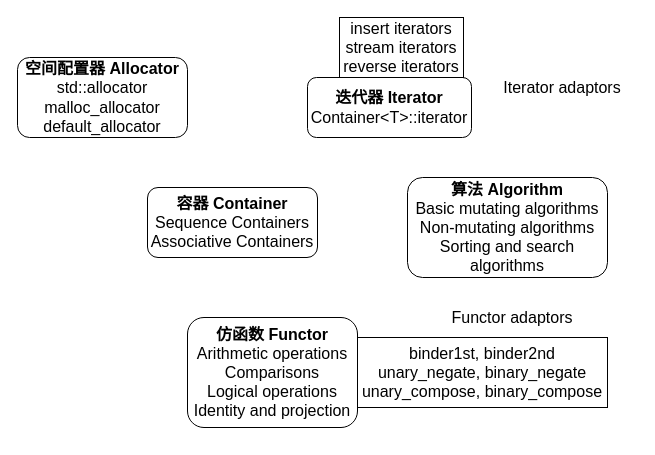
The draw.io diagram Untitled Diagram.drawio in xincz/xincz.github.io, before the edit. Source tidied: cells renumbered, new cells numbered last; positions are measured from the earlier drawing's top-left corner, leaving out a move shared by most shapes. Both pictures are drawn from the tidied source at 100%, with x=0, y=0 at pixel (17, 17).
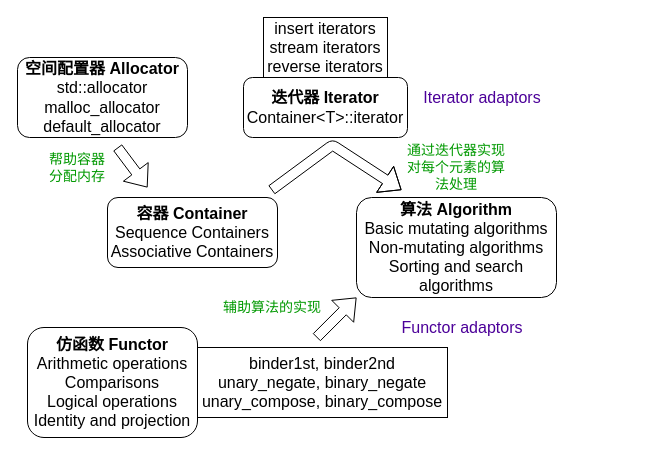
After the change.

Change to the diagram source:
```diff
@@
     <mxCell id="3" value="&lt;font style=&quot;font-size: 16px&quot;&gt;&lt;b&gt;容器 Container&lt;/b&gt;&lt;br&gt;Sequence Containers&lt;br&gt;Associative Containers&lt;br&gt;&lt;/font&gt;" style="rounded=1;whiteSpace=wrap;html=1;" parent="1" vertex="1">
-      <mxGeometry x="130" y="170" width="170" height="70" as="geometry" />
+      <mxGeometry x="90" y="180" width="170" height="70" as="geometry" />
     </mxCell>
     <mxCell id="4" value="&lt;font style=&quot;font-size: 16px&quot;&gt;&lt;b&gt;迭代器 Iterator&lt;br&gt;&lt;/b&gt;Container&amp;lt;T&amp;gt;::iterator&lt;br&gt;&lt;/font&gt;" style="rounded=1;whiteSpace=wrap;html=1;" parent="1" vertex="1">
-      <mxGeometry x="290" y="60" width="164" height="60" as="geometry" />
+      <mxGeometry x="226" y="60" width="164" height="60" as="geometry" />
     </mxCell>
     <mxCell id="5" value="&lt;font style=&quot;font-size: 16px&quot;&gt;insert iterators&lt;br&gt;stream iterators&lt;br&gt;reverse iterators&lt;/font&gt;" style="rounded=0;whiteSpace=wrap;html=1;" parent="1" vertex="1">
-      <mxGeometry x="322" width="124" height="60" as="geometry" />
+      <mxGeometry x="246" width="124" height="60" as="geometry" />
     </mxCell>
     <mxCell id="6" value="&lt;font style=&quot;font-size: 16px&quot;&gt;&lt;b&gt;算法 Algorithm&lt;/b&gt;&lt;br&gt;Basic mutating algorithms&lt;br&gt;Non-mutating algorithms&lt;br&gt;Sorting and search algorithms&lt;br&gt;&lt;/font&gt;" style="rounded=1;whiteSpace=wrap;html=1;" parent="1" vertex="1">
-      <mxGeometry x="390" y="160" width="200" height="100" as="geometry" />
+      <mxGeometry x="339" y="180" width="200" height="100" as="geometry" />
     </mxCell>
     <mxCell id="7" value="&lt;font style=&quot;font-size: 16px&quot;&gt;&lt;b&gt;仿函数 Functor&lt;/b&gt;&lt;br&gt;Arithmetic operations&lt;br&gt;Comparisons&lt;br&gt;Logical operations&lt;br&gt;Identity and projection&lt;br&gt;&lt;/font&gt;" style="rounded=1;whiteSpace=wrap;html=1;" parent="1" vertex="1">
-      <mxGeometry x="170" y="300" width="170" height="110" as="geometry" />
+      <mxGeometry x="10" y="310" width="170" height="110" as="geometry" />
     </mxCell>
     <mxCell id="8" value="&lt;span style=&quot;font-size: 16px&quot;&gt;binder1st, binder2nd&lt;br&gt;unary_negate, binary_negate&lt;br&gt;unary_compose, binary_compose&lt;br&gt;&lt;/span&gt;" style="rounded=0;whiteSpace=wrap;html=1;" parent="1" vertex="1">
-      <mxGeometry x="340" y="320" width="250" height="70" as="geometry" />
+      <mxGeometry x="180" y="330" width="250" height="70" as="geometry" />
     </mxCell>
-    <mxCell id="9" value="&lt;font style=&quot;font-size: 16px&quot;&gt;Functor adaptors&lt;/font&gt;" style="text;html=1;strokeColor=none;fillColor=none;align=center;verticalAlign=middle;whiteSpace=wrap;rounded=0;" parent="1" vertex="1">
-      <mxGeometry x="420" y="280" width="150" height="40" as="geometry" />
+    <mxCell id="9" value="&lt;font style=&quot;font-size: 16px&quot; color=&quot;#4c0099&quot;&gt;Functor adaptors&lt;/font&gt;" style="text;html=1;strokeColor=none;fillColor=none;align=center;verticalAlign=middle;whiteSpace=wrap;rounded=0;" parent="1" vertex="1">
+      <mxGeometry x="370" y="290" width="150" height="40" as="geometry" />
     </mxCell>
-    <mxCell id="10" value="&lt;font style=&quot;font-size: 16px&quot;&gt;Iterator adaptors&lt;/font&gt;" style="text;html=1;strokeColor=none;fillColor=none;align=center;verticalAlign=middle;whiteSpace=wrap;rounded=0;" parent="1" vertex="1">
-      <mxGeometry x="470" y="50" width="150" height="40" as="geometry" />
+    <mxCell id="10" value="&lt;font style=&quot;font-size: 16px&quot; color=&quot;#4c0099&quot;&gt;Iterator adaptors&lt;/font&gt;" style="text;html=1;strokeColor=none;fillColor=none;align=center;verticalAlign=middle;whiteSpace=wrap;rounded=0;" parent="1" vertex="1">
+      <mxGeometry x="390" y="60" width="150" height="40" as="geometry" />
     </mxCell>
+    <mxCell id="11" value="&lt;font style=&quot;font-size: 14px&quot; color=&quot;#009900&quot;&gt;帮助容器分配内存&lt;/font&gt;" style="text;html=1;strokeColor=none;fillColor=none;align=center;verticalAlign=middle;whiteSpace=wrap;rounded=0;" parent="1" vertex="1">
+      <mxGeometry x="30" y="135" width="60" height="30" as="geometry" />
+    </mxCell>
+    <mxCell id="12" style="shape=flexArrow;endArrow=classic;html=1;" parent="1" edge="1">
+      <mxGeometry relative="1" as="geometry">
+        <mxPoint x="254" y="172.5" as="sourcePoint" />
+        <mxPoint x="384" y="172.5" as="targetPoint" />
+        <Array as="points">
+          <mxPoint x="315" y="127.5" />
+        </Array>
+      </mxGeometry>
+    </mxCell>
+    <mxCell id="13" value="&lt;font style=&quot;font-size: 14px&quot; color=&quot;#009900&quot;&gt;通过迭代器实现对每个元素的算法处理&lt;/font&gt;" style="text;html=1;strokeColor=none;fillColor=none;align=center;verticalAlign=middle;whiteSpace=wrap;rounded=0;" parent="1" vertex="1">
+      <mxGeometry x="384" y="140" width="110" height="20" as="geometry" />
+    </mxCell>
+    <mxCell id="14" style="shape=flexArrow;endArrow=classic;html=1;" parent="1" edge="1">
+      <mxGeometry relative="1" as="geometry">
+        <mxPoint x="299" y="320" as="sourcePoint" />
+        <mxPoint x="339" y="280" as="targetPoint" />
+      </mxGeometry>
+    </mxCell>
+    <mxCell id="15" value="&lt;font style=&quot;font-size: 14px&quot; color=&quot;#009900&quot;&gt;辅助算法的实现&lt;/font&gt;" style="text;html=1;strokeColor=none;fillColor=none;align=center;verticalAlign=middle;whiteSpace=wrap;rounded=0;" parent="1" vertex="1">
+      <mxGeometry x="200" y="280" width="110" height="20" as="geometry" />
+    </mxCell>
+    <mxCell id="16" style="shape=flexArrow;endArrow=classic;html=1;" parent="1" edge="1">
+      <mxGeometry relative="1" as="geometry">
+        <mxPoint x="100" y="130" as="sourcePoint" />
+        <mxPoint x="130" y="170" as="targetPoint" />
+      </mxGeometry>
+    </mxCell>
+    <mxCell id="17" style="edgeStyle=orthogonalEdgeStyle;rounded=0;orthogonalLoop=1;jettySize=auto;html=1;exitX=0.5;exitY=1;exitDx=0;exitDy=0;" parent="1" edge="1" source="15" target="15">
+      <mxGeometry relative="1" as="geometry" />
+    </mxCell>
```
